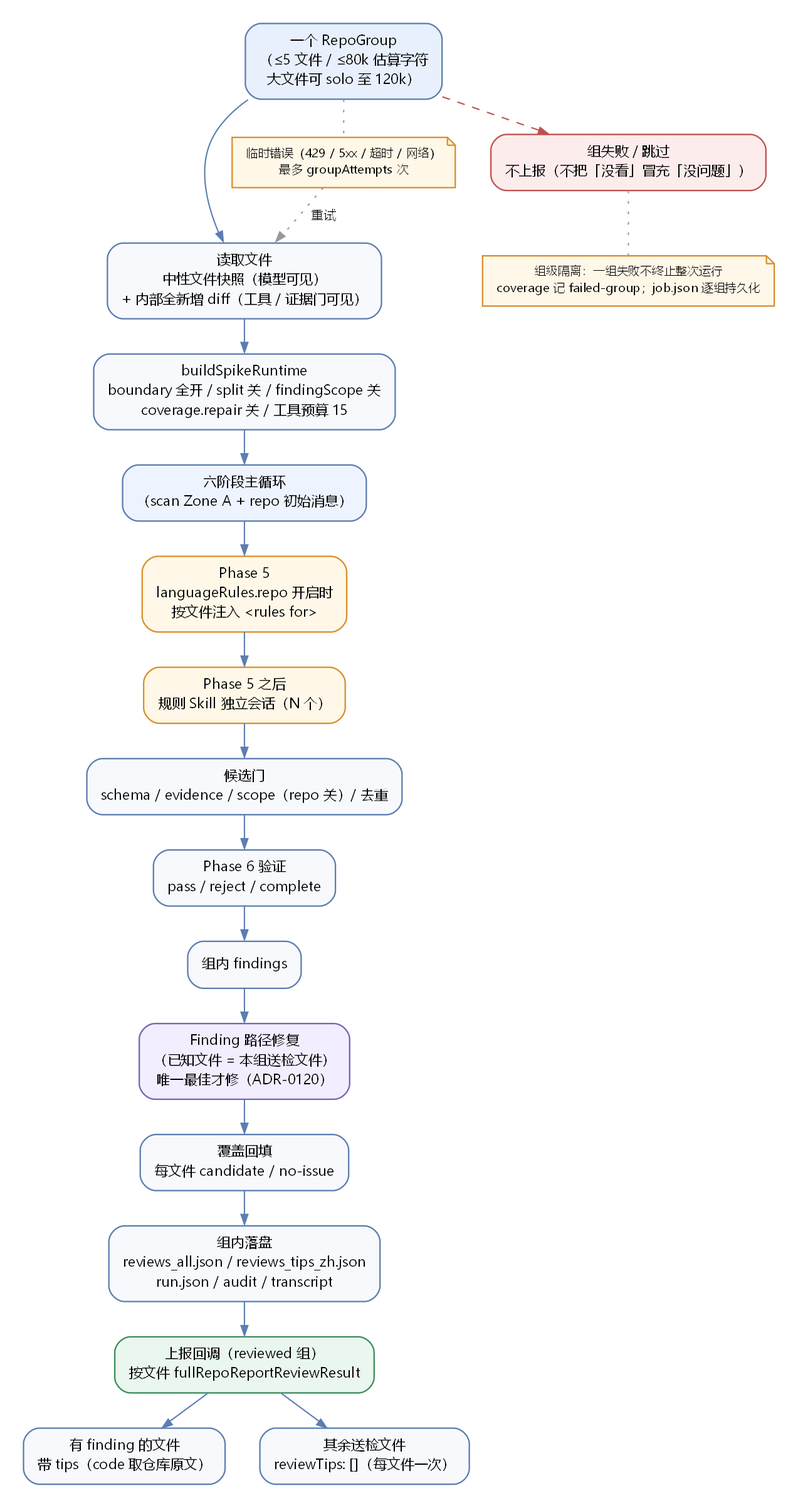
Above: docs/design/assets/repo-review-flow/04-group-execution.png in ffanwei/ReviewAgent-pi (Graphviz), before the change. Its source is kept beside it as docs/design/assets/repo-review-flow/04-group-execution.dot. Its diagram source:
```dot
digraph GroupExecutionFlow {
  graph [
    rankdir=TB,
    fontname="Microsoft YaHei",
    fontsize=13,
    nodesep=0.38,
    ranksep=0.36,
    pad=0.25,
    bgcolor="white",
    compound=true
  ];
  node [
    fontname="Microsoft YaHei",
    fontsize=10.5,
    shape=box,
    style="rounded,filled",
    fillcolor="#F7F9FC",
    color="#5B7DB1",
    penwidth=1.1,
    margin="0.15,0.09"
  ];
  edge [
    fontname="Microsoft YaHei",
    fontsize=9.5,
    color="#5B7DB1",
    arrowsize=0.75
  ];

  group [label="一个 RepoGroup\n（≤5 文件 / ≤80k 估算字符\n大文件可 solo 至 120k）", fillcolor="#E8F0FE"];
  snapshot [label="读取文件\n中性文件快照（模型可见）\n+ 内部全新增 diff（工具 / 证据门可见）"];
  runtime [label="buildSpikeRuntime\nboundary 全开 / split 关 / findingScope 关\ncoverage.repair 关 / 工具预算 15"];
  phases [label="六阶段主循环\n（scan Zone A + repo 初始消息）", fillcolor="#EEF4FF"];
  lang [label="Phase 5\nlanguageRules.repo 开启时\n按文件注入 <rules for>", fillcolor="#FFF8E8", color="#D98E2B"];
  skills [label="Phase 5 之后\n规则 Skill 独立会话（N 个）", fillcolor="#FFF8E8", color="#D98E2B"];
  candidates [label="候选门\nschema / evidence / scope（repo 关）/ 去重"];
  verdict [label="Phase 6 验证\npass / reject / complete"];
  findings [label="组内 findings"];
  repair [label="Finding 路径修复\n（已知文件 = 本组送检文件）\n唯一最佳才修（ADR-0120）", fillcolor="#F3EEFF", color="#7B61B5"];
  coverage [label="覆盖回填\n每文件 candidate / no-issue"];
  artifacts [label="组内落盘\nreviews_all.json / reviews_tips_zh.json\nrun.json / audit / transcript"];

  report [label="上报回调（reviewed 组）\n按文件 fullRepoReportReviewResult", fillcolor="#EAF7EE", color="#3C8D5A"];
  withTips [label="有 finding 的文件\n带 tips（code 取仓库原文）"];
  empty [label="其余送检文件\nreviewTips: []（每文件一次）"];
  failed [label="组失败 / 跳过\n不上报（不把「没看」冒充「没问题」）", fillcolor="#FDECEC", color="#C0504D"];
  retry [label="临时错误（429 / 5xx / 超时 / 网络）\n最多 groupAttempts 次", shape=note, fillcolor="#FFF8E8", color="#D98E2B", fontsize=9];

  group -> snapshot -> runtime -> phases;
  phases -> lang -> skills -> candidates -> verdict -> findings;
  findings -> repair -> coverage -> artifacts -> report;
  report -> withTips;
  report -> empty;
  group -> failed [style=dashed, color="#C0504D", fontcolor="#C0504D"];
  group -> retry [style=dotted, arrowhead=none, color="#999999"];
  retry -> snapshot [style=dotted, label=" 重试", color="#999999"];

  note [shape=note, label="组级隔离：一组失败不终止整次运行\ncoverage 记 failed-group；job.json 逐组持久化", fillcolor="#FFF8E8", color="#D98E2B", fontsize=9];
  failed -> note [style=dotted, arrowhead=none, color="#999999"];
}
```
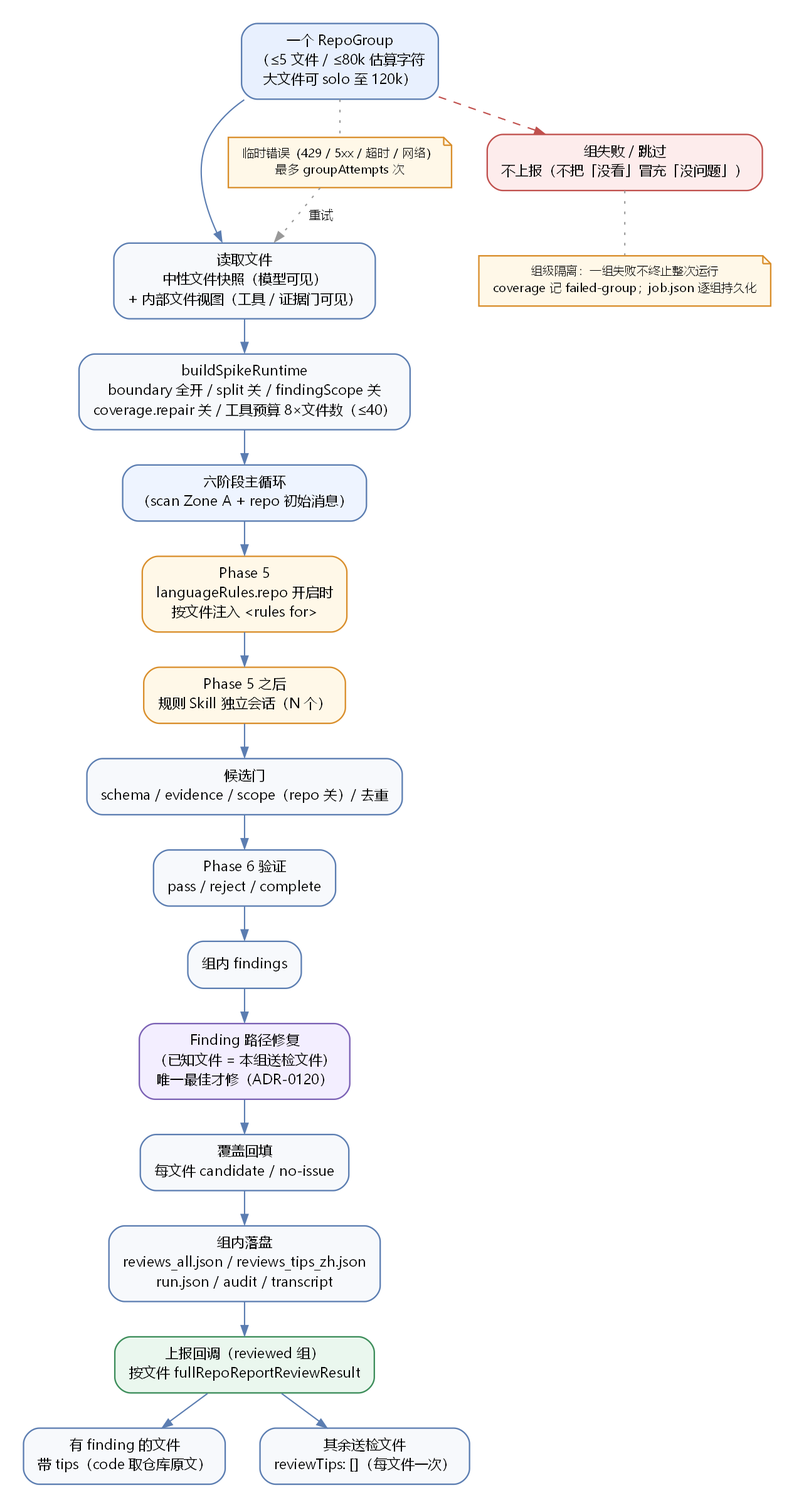
After the commit.

Change to the diagram source:
```diff
@@ -27,8 +27,8 @@
   ];
 
   group [label="一个 RepoGroup\n（≤5 文件 / ≤80k 估算字符\n大文件可 solo 至 120k）", fillcolor="#E8F0FE"];
-  snapshot [label="读取文件\n中性文件快照（模型可见）\n+ 内部全新增 diff（工具 / 证据门可见）"];
-  runtime [label="buildSpikeRuntime\nboundary 全开 / split 关 / findingScope 关\ncoverage.repair 关 / 工具预算 15"];
+  snapshot [label="读取文件\n中性文件快照（模型可见）\n+ 内部文件视图（工具 / 证据门可见）"];
+  runtime [label="buildSpikeRuntime\nboundary 全开 / split 关 / findingScope 关\ncoverage.repair 关 / 工具预算 8×文件数（≤40）"];
   phases [label="六阶段主循环\n（scan Zone A + repo 初始消息）", fillcolor="#EEF4FF"];
   lang [label="Phase 5\nlanguageRules.repo 开启时\n按文件注入 <rules for>", fillcolor="#FFF8E8", color="#D98E2B"];
   skills [label="Phase 5 之后\n规则 Skill 独立会话（N 个）", fillcolor="#FFF8E8", color="#D98E2B"];
```
